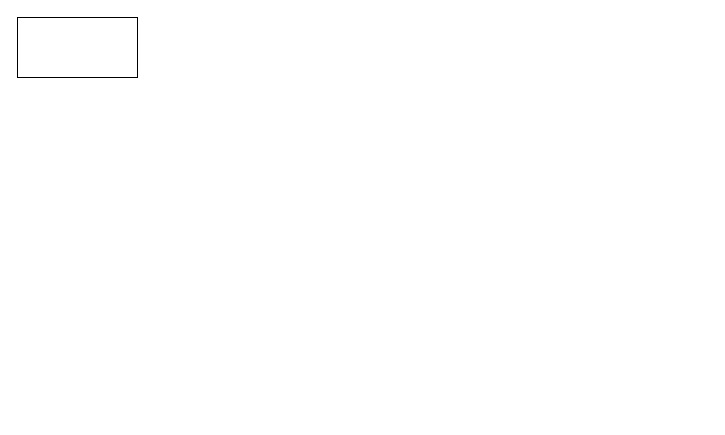
The draw.io diagram doc/nes_overview.drawio in arminkz/NES, before the edit. Source tidied: cells renumbered, new cells numbered last; positions are measured from the earlier drawing's top-left corner, leaving out a move shared by most shapes. Both pictures are drawn from the tidied source at 100%, with x=0, y=0 at pixel (17, 17).
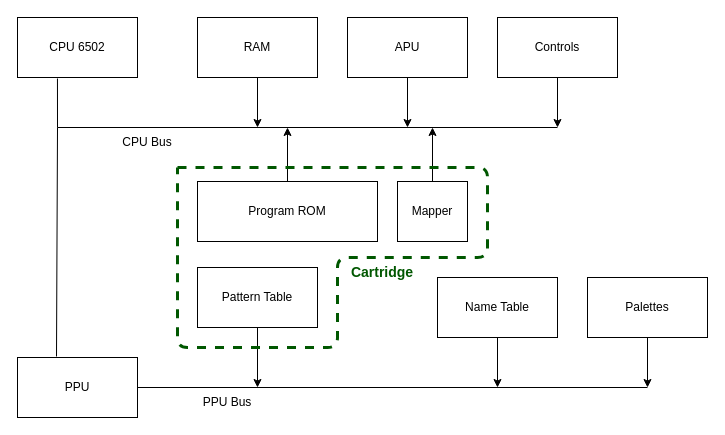
Above is the later version.

What changed in the source:
```diff
@@
-<mxGraphModel>
+<mxGraphModel background="#FFFFFF">
@@
-    <mxCell id="2" style="rounded=0;whiteSpace=wrap;html=1;" parent="1" vertex="1">
+    <mxCell id="2" value="CPU 6502" style="rounded=0;whiteSpace=wrap;html=1;" parent="1" vertex="1">
       <mxGeometry width="120" height="60" as="geometry" />
     </mxCell>
+    <mxCell id="3" style="edgeStyle=none;html=1;strokeColor=#000000;" parent="1" edge="1" source="4">
+      <mxGeometry relative="1" as="geometry">
+        <mxPoint x="240" y="110" as="targetPoint" />
+      </mxGeometry>
+    </mxCell>
+    <mxCell id="4" value="RAM" style="rounded=0;whiteSpace=wrap;html=1;" parent="1" vertex="1">
+      <mxGeometry x="180" width="120" height="60" as="geometry" />
+    </mxCell>
+    <mxCell id="5" style="edgeStyle=none;html=1;strokeColor=#000000;" parent="1" edge="1" source="6">
+      <mxGeometry relative="1" as="geometry">
+        <mxPoint x="390" y="110" as="targetPoint" />
+      </mxGeometry>
+    </mxCell>
+    <mxCell id="6" value="APU" style="rounded=0;whiteSpace=wrap;html=1;" parent="1" vertex="1">
+      <mxGeometry x="330" width="120" height="60" as="geometry" />
+    </mxCell>
+    <mxCell id="7" style="edgeStyle=none;html=1;strokeColor=#000000;" parent="1" edge="1" source="8">
+      <mxGeometry relative="1" as="geometry">
+        <mxPoint x="540" y="110" as="targetPoint" />
+      </mxGeometry>
+    </mxCell>
+    <mxCell id="8" value="Controls" style="rounded=0;whiteSpace=wrap;html=1;" parent="1" vertex="1">
+      <mxGeometry x="480" width="120" height="60" as="geometry" />
+    </mxCell>
+    <mxCell id="9" value="PPU" style="rounded=0;whiteSpace=wrap;html=1;" parent="1" vertex="1">
+      <mxGeometry y="340" width="120" height="60" as="geometry" />
+    </mxCell>
+    <mxCell id="10" style="endArrow=none;html=1;strokeColor=#000000;" parent="1" edge="1">
+      <mxGeometry relative="1" as="geometry">
+        <mxPoint x="540" y="110" as="sourcePoint" />
+        <mxPoint x="40" y="110" as="targetPoint" />
+      </mxGeometry>
+    </mxCell>
+    <mxCell id="11" style="endArrow=none;html=1;entryX=0.333;entryY=1.017;entryDx=0;entryDy=0;entryPerimeter=0;strokeColor=#000000;" parent="1" edge="1" target="2">
+      <mxGeometry relative="1" as="geometry">
+        <mxPoint x="40" y="110" as="sourcePoint" />
+      </mxGeometry>
+    </mxCell>
+    <mxCell id="12" value="CPU Bus" style="text;html=1;strokeColor=none;fillColor=none;align=center;verticalAlign=middle;whiteSpace=wrap;rounded=0;fontColor=#000000;" parent="1" vertex="1">
+      <mxGeometry x="100" y="110" width="60" height="30" as="geometry" />
+    </mxCell>
+    <mxCell id="13" style="endArrow=none;html=1;exitX=0.325;exitY=-0.017;exitDx=0;exitDy=0;exitPerimeter=0;strokeColor=#000000;" parent="1" edge="1" source="9">
+      <mxGeometry relative="1" as="geometry">
+        <mxPoint x="40" y="110" as="targetPoint" />
+      </mxGeometry>
+    </mxCell>
+    <mxCell id="14" style="edgeStyle=none;html=1;strokeWidth=1;fontSize=11;fontColor=#005700;strokeColor=#000000;" parent="1" edge="1" source="15">
+      <mxGeometry relative="1" as="geometry">
+        <mxPoint x="240" y="370" as="targetPoint" />
+      </mxGeometry>
+    </mxCell>
+    <mxCell id="15" value="Pattern Table" style="rounded=0;whiteSpace=wrap;html=1;" parent="1" vertex="1">
+      <mxGeometry x="180" y="250" width="120" height="60" as="geometry" />
+    </mxCell>
+    <mxCell id="16" style="edgeStyle=none;html=1;strokeWidth=1;fontSize=11;fontColor=#005700;strokeColor=#000000;" parent="1" edge="1" source="17">
+      <mxGeometry relative="1" as="geometry">
+        <mxPoint x="480" y="370" as="targetPoint" />
+      </mxGeometry>
+    </mxCell>
+    <mxCell id="17" value="Name Table" style="rounded=0;whiteSpace=wrap;html=1;" parent="1" vertex="1">
+      <mxGeometry x="420" y="260" width="120" height="60" as="geometry" />
+    </mxCell>
+    <mxCell id="18" style="edgeStyle=none;html=1;strokeWidth=1;fontSize=11;fontColor=#005700;strokeColor=#000000;" parent="1" edge="1" source="19">
+      <mxGeometry relative="1" as="geometry">
+        <mxPoint x="630" y="370" as="targetPoint" />
+      </mxGeometry>
+    </mxCell>
+    <mxCell id="19" value="Palettes" style="rounded=0;whiteSpace=wrap;html=1;" parent="1" vertex="1">
+      <mxGeometry x="570" y="260" width="120" height="60" as="geometry" />
+    </mxCell>
+    <mxCell id="20" style="edgeStyle=none;html=1;exitX=0.5;exitY=0;exitDx=0;exitDy=0;strokeColor=#000000;" parent="1" edge="1" source="21">
+      <mxGeometry relative="1" as="geometry">
+        <mxPoint x="270" y="110" as="targetPoint" />
+      </mxGeometry>
+    </mxCell>
+    <mxCell id="21" value="Program ROM" style="rounded=0;whiteSpace=wrap;html=1;" parent="1" vertex="1">
+      <mxGeometry x="180" y="164" width="180" height="60" as="geometry" />
+    </mxCell>
+    <mxCell id="22" style="edgeStyle=none;html=1;strokeColor=#000000;" parent="1" edge="1" source="23">
+      <mxGeometry relative="1" as="geometry">
+        <mxPoint x="415" y="110" as="targetPoint" />
+      </mxGeometry>
+    </mxCell>
+    <mxCell id="23" value="Mapper" style="rounded=0;whiteSpace=wrap;html=1;" parent="1" vertex="1">
+      <mxGeometry x="380" y="164" width="70" height="60" as="geometry" />
+    </mxCell>
+    <mxCell id="24" style="endArrow=none;dashed=1;html=1;fillColor=#008a00;strokeColor=#005700;strokeWidth=3;" parent="1" edge="1">
+      <mxGeometry relative="1" as="geometry">
+        <mxPoint x="160" y="150" as="sourcePoint" />
+        <mxPoint x="160" y="150" as="targetPoint" />
+        <Array as="points">
+          <mxPoint x="470" y="150" />
+          <mxPoint x="470" y="240" />
+          <mxPoint x="320" y="240" />
+          <mxPoint x="320" y="330" />
+          <mxPoint x="160" y="330" />
+        </Array>
+      </mxGeometry>
+    </mxCell>
+    <mxCell id="25" value="Cartridge" style="text;html=1;strokeColor=none;fillColor=none;align=center;verticalAlign=middle;whiteSpace=wrap;rounded=0;fontColor=#005700;fontStyle=1;fontSize=14;" parent="1" vertex="1">
+      <mxGeometry x="330" y="240" width="70" height="30" as="geometry" />
+    </mxCell>
+    <mxCell id="26" style="endArrow=none;html=1;strokeWidth=1;fontSize=11;fontColor=#005700;exitX=1;exitY=0.5;exitDx=0;exitDy=0;strokeColor=#000000;" parent="1" edge="1" source="9">
+      <mxGeometry relative="1" as="geometry">
+        <mxPoint x="630" y="370" as="targetPoint" />
+      </mxGeometry>
+    </mxCell>
+    <mxCell id="27" value="PPU Bus" style="text;html=1;strokeColor=none;fillColor=none;align=center;verticalAlign=middle;whiteSpace=wrap;rounded=0;fontColor=#000000;" parent="1" vertex="1">
+      <mxGeometry x="180" y="370" width="60" height="30" as="geometry" />
+    </mxCell>
```
